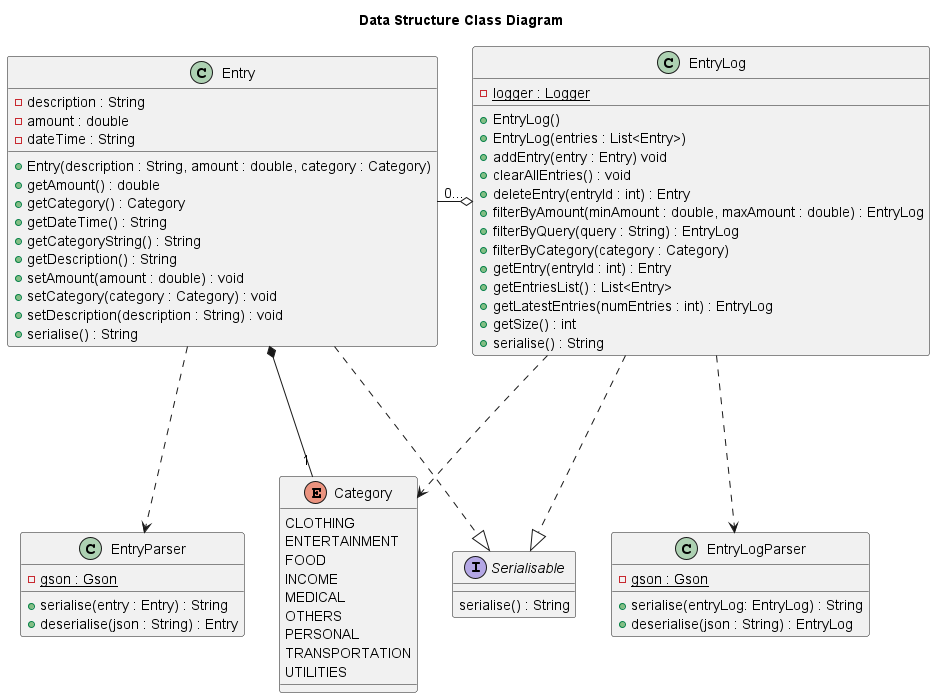
The PlantUML diagram docs/static/data/DataStructureClassDiagram.png in nus-cs2113-AY2223S2/tp, before a commit.
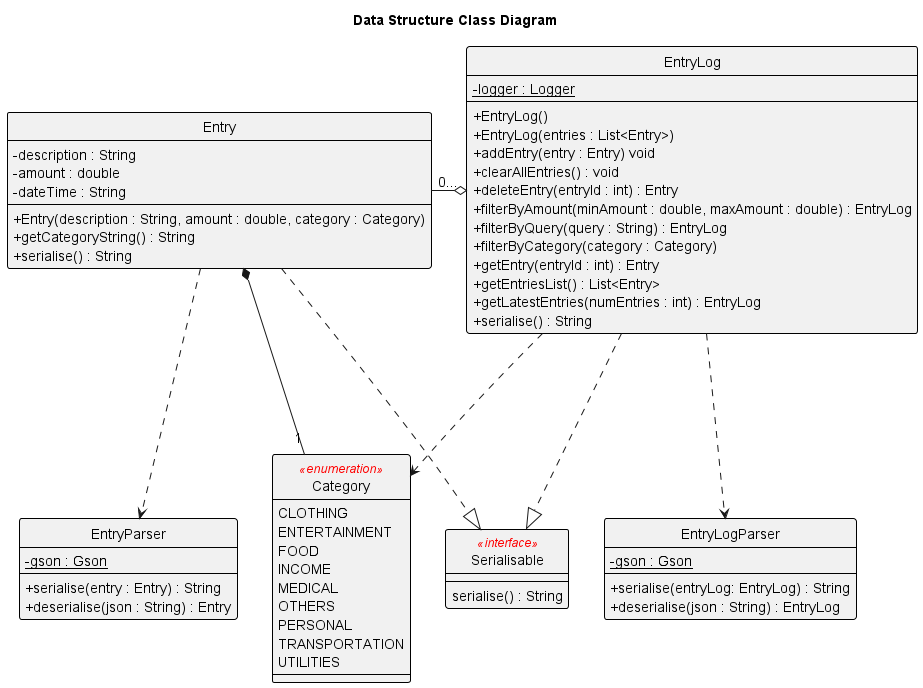
Above is the later version.

The edit, as a diff of the source:
```diff
@@ -1,12 +1,14 @@
 @startuml
+!include ../Style.puml
+
 title Data Structure Class Diagram
 
 class Entry
 class EntryLog
 class EntryParser
 class EntryLogParser
-enum Category
-interface Serialisable
+enum Category <<enumeration>>
+class Serialisable <<interface>>
 
 Entry ...|> Serialisable
 Entry *--- "1" Category
@@ -23,14 +25,7 @@
 - dateTime : String
 
 + Entry(description : String, amount : double, category : Category)
-+ getAmount() : double
-+ getCategory() : Category
-+ getDateTime() : String
 + getCategoryString() : String
-+ getDescription() : String
-+ setAmount(amount : double) : void
-+ setCategory(category : Category) : void
-+ setDescription(description : String) : void
 + serialise() : String
 }
 
@@ -48,11 +43,10 @@
 + getEntry(entryId : int) : Entry
 + getEntriesList() : List<Entry>
 + getLatestEntries(numEntries : int) : EntryLog
-+ getSize() : int
 + serialise() : String
 }
 
-enum Category {
+enum Category <<enumeration>> {
 CLOTHING
 ENTERTAINMENT
 FOOD
@@ -64,7 +58,7 @@
 UTILITIES
 }
 
-interface Serialisable {
+class Serialisable <<interface>> {
 serialise() : String
 }
 
```
